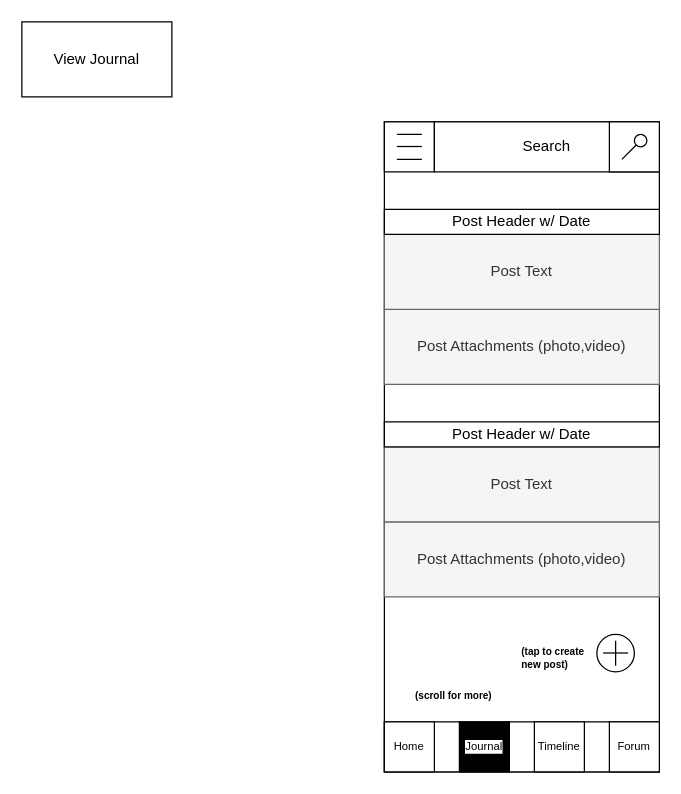
Vaibhav-G-Parmar/Chronicle-Your-Ultimate-Travel-Companion keeps this draw.io diagram as page "ViewJournal" (5 of 15) of Chronicle_Initial_App_Wireframe_Designs.drawio. Above is the earlier version. Source tidied: cells renumbered, new cells numbered last; positions are measured from the earlier drawing's top-left corner, leaving out a move shared by most shapes. Both pictures are drawn from the tidied source at 125%, with x=0, y=0 at pixel (21, 21).
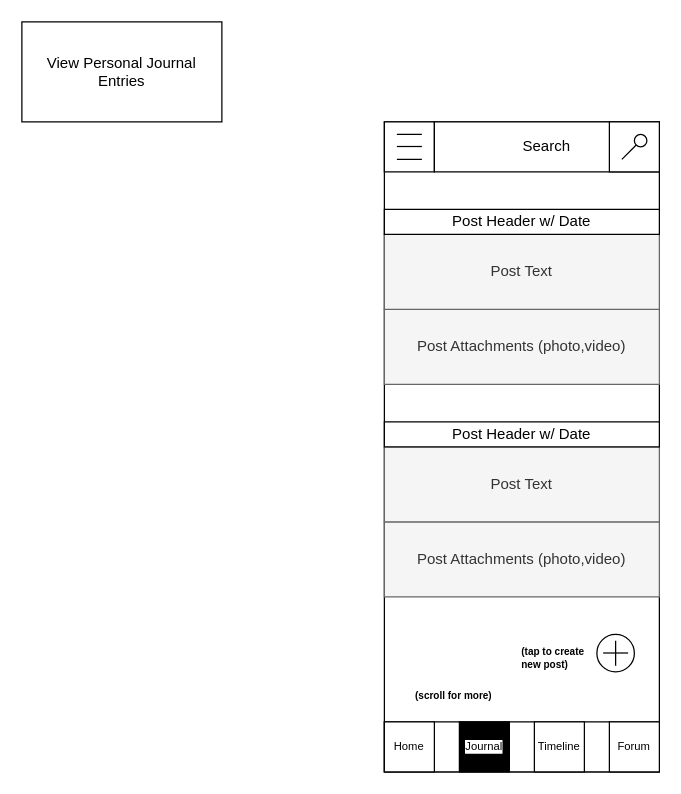
Above is the later version.

What changed in the source:
```diff
@@
-    <mxCell id="27" value="View Journal" style="rounded=0;whiteSpace=wrap;html=1;" parent="1" vertex="1">
-      <mxGeometry width="120" height="60" as="geometry" />
-    </mxCell>
+    <mxCell id="28" value="View Personal Journal Entries" style="rounded=0;whiteSpace=wrap;html=1;" parent="1" vertex="1">
+      <mxGeometry width="160" height="80" as="geometry" />
+    </mxCell>
```
